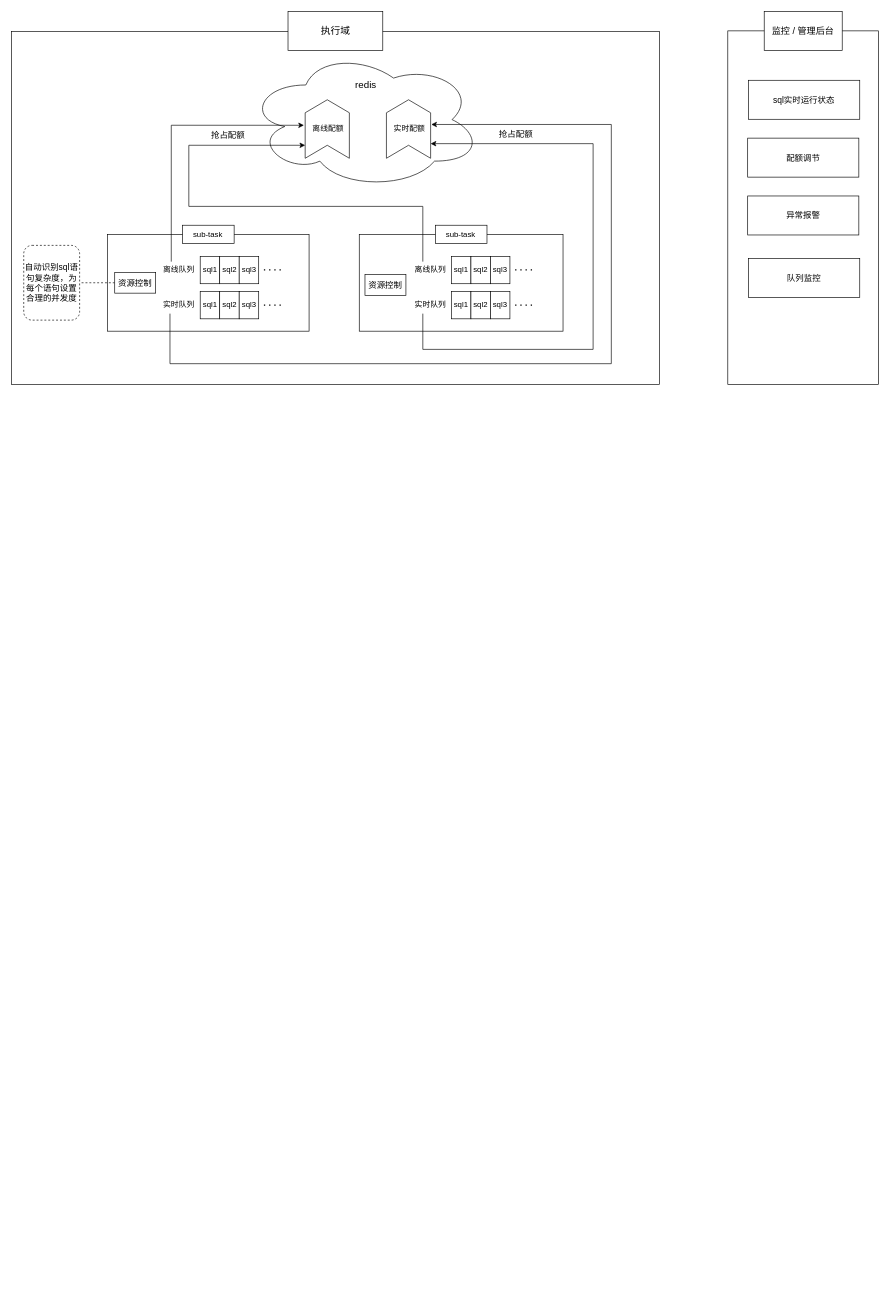
Earlier version of the draw.io diagram ch manager.drawio (AngLI1992/draw.io). Source tidied: cells renumbered, new cells numbered last; positions are measured from the earlier drawing's top-left corner, leaving out a move shared by most shapes. Both pictures are drawn from the tidied source at 65%, with x=0, y=0 at pixel (11, 11).
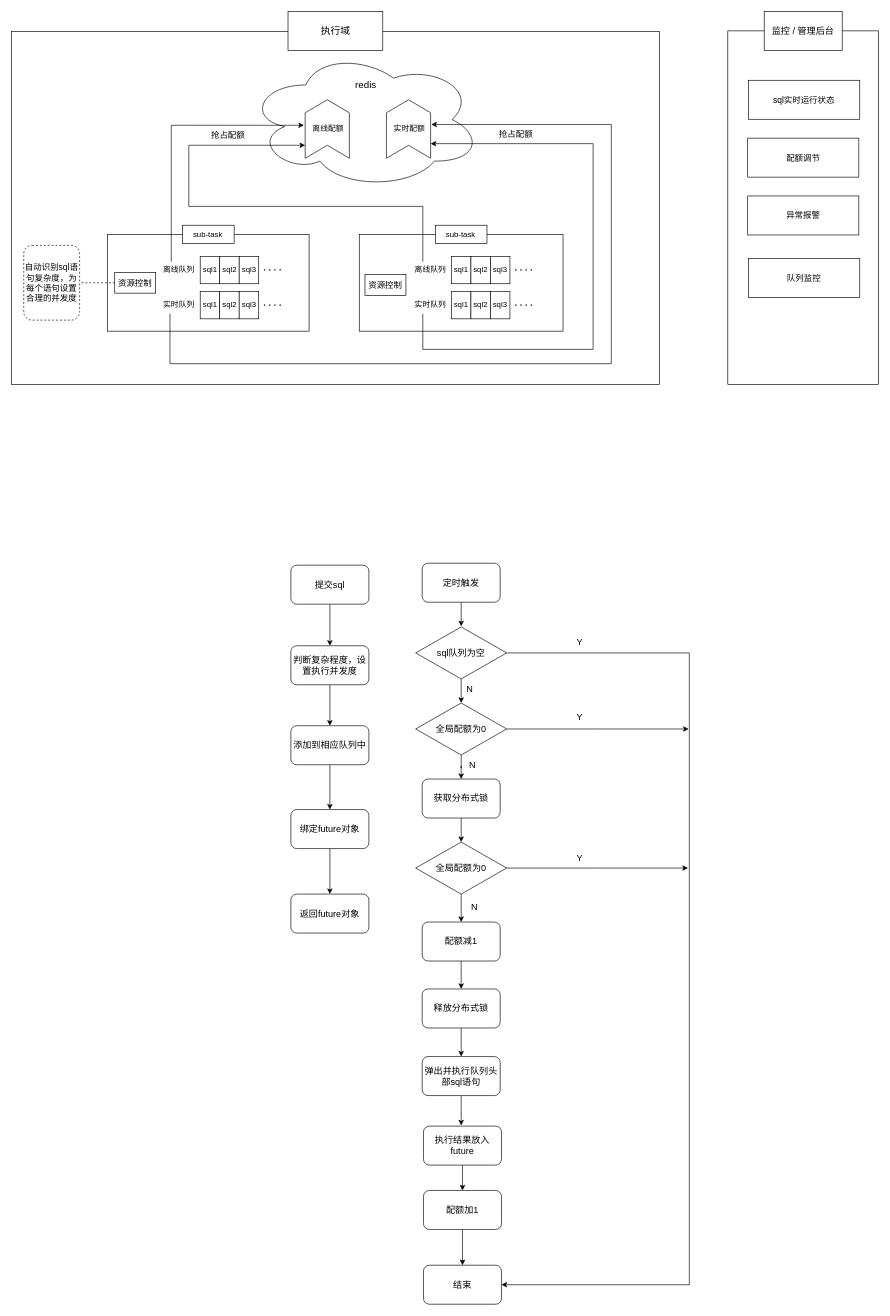
Above is the later version.

Diff of the diagram source:
```diff
@@
+    <mxCell id="51" style="edgeStyle=orthogonalEdgeStyle;rounded=0;jettySize=auto;html=1;exitX=0.5;exitY=1;exitDx=0;exitDy=0;fontSize=14;endArrow=classic;endFill=1;startArrow=none;startFill=0;" parent="1" edge="1" source="52" target="54">
+      <mxGeometry relative="1" as="geometry" />
+    </mxCell>
+    <mxCell id="52" value="提交sql" style="rounded=1;whiteSpace=wrap;html=1;fontSize=14;" parent="1" vertex="1">
+      <mxGeometry x="430" y="852" width="120" height="60" as="geometry" />
+    </mxCell>
+    <mxCell id="53" style="edgeStyle=orthogonalEdgeStyle;rounded=0;jettySize=auto;html=1;exitX=0.5;exitY=1;exitDx=0;exitDy=0;entryX=0.5;entryY=0;entryDx=0;entryDy=0;fontSize=14;startArrow=none;startFill=0;endArrow=classic;endFill=1;" parent="1" edge="1" source="54" target="56">
+      <mxGeometry relative="1" as="geometry" />
+    </mxCell>
+    <mxCell id="54" value="判断复杂程度，设置执行并发度" style="rounded=1;whiteSpace=wrap;html=1;fontSize=14;" parent="1" vertex="1">
+      <mxGeometry x="430" y="976" width="120" height="60" as="geometry" />
+    </mxCell>
+    <mxCell id="55" style="edgeStyle=orthogonalEdgeStyle;rounded=0;jettySize=auto;html=1;exitX=0.5;exitY=1;exitDx=0;exitDy=0;entryX=0.5;entryY=0;entryDx=0;entryDy=0;fontSize=14;startArrow=none;startFill=0;endArrow=classic;endFill=1;" parent="1" edge="1" source="56" target="60">
+      <mxGeometry relative="1" as="geometry" />
+    </mxCell>
+    <mxCell id="56" value="添加到相应队列中" style="rounded=1;whiteSpace=wrap;html=1;fontSize=14;" parent="1" vertex="1">
+      <mxGeometry x="430" y="1099" width="120" height="60" as="geometry" />
+    </mxCell>
+    <mxCell id="57" style="edgeStyle=orthogonalEdgeStyle;rounded=0;jettySize=auto;html=1;exitX=0.5;exitY=1;exitDx=0;exitDy=0;fontSize=14;startArrow=none;startFill=0;endArrow=classic;endFill=1;" parent="1" edge="1" source="58">
+      <mxGeometry relative="1" as="geometry">
+        <mxPoint x="692" y="946" as="targetPoint" />
+      </mxGeometry>
+    </mxCell>
+    <mxCell id="58" value="定时触发" style="rounded=1;whiteSpace=wrap;html=1;fontSize=14;" parent="1" vertex="1">
+      <mxGeometry x="632" y="849" width="120" height="60" as="geometry" />
+    </mxCell>
+    <mxCell id="59" style="edgeStyle=orthogonalEdgeStyle;rounded=0;jettySize=auto;html=1;exitX=0.5;exitY=1;exitDx=0;exitDy=0;fontSize=14;startArrow=none;startFill=0;endArrow=classic;endFill=1;" parent="1" edge="1" source="60" target="77">
+      <mxGeometry relative="1" as="geometry" />
+    </mxCell>
+    <mxCell id="60" value="绑定future对象" style="rounded=1;whiteSpace=wrap;html=1;fontSize=14;" parent="1" vertex="1">
+      <mxGeometry x="430" y="1228" width="120" height="60" as="geometry" />
+    </mxCell>
+    <mxCell id="61" style="edgeStyle=orthogonalEdgeStyle;rounded=0;jettySize=auto;html=1;exitX=0.5;exitY=1;exitDx=0;exitDy=0;entryX=0.5;entryY=0;entryDx=0;entryDy=0;fontSize=14;startArrow=none;startFill=0;endArrow=classic;endFill=1;" parent="1" edge="1" source="62" target="67">
+      <mxGeometry relative="1" as="geometry" />
+    </mxCell>
+    <mxCell id="62" value="sql队列为空" style="rhombus;whiteSpace=wrap;html=1;fontSize=14;" parent="1" vertex="1">
+      <mxGeometry x="622" y="947" width="140" height="80" as="geometry" />
+    </mxCell>
+    <mxCell id="63" value="结束" style="rounded=1;whiteSpace=wrap;html=1;fontSize=14;" parent="1" vertex="1">
+      <mxGeometry x="634" y="1929" width="120" height="60" as="geometry" />
+    </mxCell>
+    <mxCell id="64" style="edgeStyle=orthogonalEdgeStyle;rounded=0;jettySize=auto;html=1;exitX=0.5;exitY=1;exitDx=0;exitDy=0;fontSize=14;startArrow=none;startFill=0;endArrow=classic;endFill=1;" parent="1" edge="1" source="67" target="71">
+      <mxGeometry relative="1" as="geometry" />
+    </mxCell>
+    <mxCell id="65" style="edgeStyle=orthogonalEdgeStyle;rounded=0;jettySize=auto;html=1;exitX=1;exitY=0.5;exitDx=0;exitDy=0;entryX=1;entryY=0.5;entryDx=0;entryDy=0;fontSize=14;startArrow=none;startFill=0;endArrow=classic;endFill=1;" parent="1" edge="1" source="62" target="63">
+      <mxGeometry relative="1" as="geometry">
+        <Array as="points">
+          <mxPoint x="1043" y="987" />
+          <mxPoint x="1043" y="1959" />
+        </Array>
+      </mxGeometry>
+    </mxCell>
+    <mxCell id="66" style="edgeStyle=orthogonalEdgeStyle;rounded=0;jettySize=auto;html=1;exitX=1;exitY=0.5;exitDx=0;exitDy=0;fontSize=14;startArrow=none;startFill=0;endArrow=classic;endFill=1;" parent="1" edge="1" source="67">
+      <mxGeometry relative="1" as="geometry">
+        <mxPoint x="1042" y="1104" as="targetPoint" />
+      </mxGeometry>
+    </mxCell>
+    <mxCell id="67" value="全局配额为0" style="rhombus;whiteSpace=wrap;html=1;fontSize=14;" parent="1" vertex="1">
+      <mxGeometry x="622" y="1064" width="140" height="80" as="geometry" />
+    </mxCell>
+    <mxCell id="68" style="edgeStyle=orthogonalEdgeStyle;rounded=0;jettySize=auto;html=1;exitX=0.5;exitY=1;exitDx=0;exitDy=0;entryX=0.5;entryY=0;entryDx=0;entryDy=0;fontSize=14;startArrow=none;startFill=0;endArrow=classic;endFill=1;" parent="1" edge="1" source="69" target="83">
+      <mxGeometry relative="1" as="geometry" />
+    </mxCell>
+    <mxCell id="69" value="配额减1" style="rounded=1;whiteSpace=wrap;html=1;fontSize=14;" parent="1" vertex="1">
+      <mxGeometry x="632" y="1401" width="120" height="60" as="geometry" />
+    </mxCell>
+    <mxCell id="70" style="edgeStyle=orthogonalEdgeStyle;rounded=0;jettySize=auto;html=1;exitX=0.5;exitY=1;exitDx=0;exitDy=0;entryX=0.5;entryY=0;entryDx=0;entryDy=0;fontSize=14;startArrow=none;startFill=0;endArrow=classic;endFill=1;" parent="1" edge="1" source="71" target="74">
+      <mxGeometry relative="1" as="geometry" />
+    </mxCell>
+    <mxCell id="71" value="获取分布式锁" style="rounded=1;whiteSpace=wrap;html=1;fontSize=14;" parent="1" vertex="1">
+      <mxGeometry x="632" y="1181" width="120" height="60" as="geometry" />
+    </mxCell>
+    <mxCell id="72" style="edgeStyle=orthogonalEdgeStyle;rounded=0;jettySize=auto;html=1;exitX=0.5;exitY=1;exitDx=0;exitDy=0;fontSize=14;startArrow=none;startFill=0;endArrow=classic;endFill=1;" parent="1" edge="1" source="74" target="69">
+      <mxGeometry relative="1" as="geometry" />
+    </mxCell>
+    <mxCell id="73" style="edgeStyle=orthogonalEdgeStyle;rounded=0;jettySize=auto;html=1;exitX=1;exitY=0.5;exitDx=0;exitDy=0;fontSize=14;startArrow=none;startFill=0;endArrow=classic;endFill=1;" parent="1" edge="1" source="74">
+      <mxGeometry relative="1" as="geometry">
+        <mxPoint x="1041" y="1318" as="targetPoint" />
+      </mxGeometry>
+    </mxCell>
+    <mxCell id="74" value="全局配额为0" style="rhombus;whiteSpace=wrap;html=1;fontSize=14;" parent="1" vertex="1">
+      <mxGeometry x="622" y="1278" width="140" height="80" as="geometry" />
+    </mxCell>
+    <mxCell id="75" style="edgeStyle=orthogonalEdgeStyle;rounded=0;jettySize=auto;html=1;exitX=0.5;exitY=1;exitDx=0;exitDy=0;fontSize=14;startArrow=none;startFill=0;endArrow=classic;endFill=1;" parent="1" edge="1" source="76">
+      <mxGeometry relative="1" as="geometry">
+        <mxPoint x="692" y="1714" as="targetPoint" />
+      </mxGeometry>
+    </mxCell>
+    <mxCell id="76" value="弹出并执行队列头部sql语句" style="rounded=1;whiteSpace=wrap;html=1;fontSize=14;" parent="1" vertex="1">
+      <mxGeometry x="632" y="1608" width="120" height="60" as="geometry" />
+    </mxCell>
+    <mxCell id="77" value="返回future对象" style="rounded=1;whiteSpace=wrap;html=1;fontSize=14;" parent="1" vertex="1">
+      <mxGeometry x="430" y="1358" width="120" height="60" as="geometry" />
+    </mxCell>
+    <mxCell id="78" style="edgeStyle=orthogonalEdgeStyle;rounded=0;jettySize=auto;html=1;exitX=0.5;exitY=1;exitDx=0;exitDy=0;entryX=0.5;entryY=0;entryDx=0;entryDy=0;fontSize=14;startArrow=none;startFill=0;endArrow=classic;endFill=1;" parent="1" edge="1" source="79" target="81">
+      <mxGeometry relative="1" as="geometry" />
+    </mxCell>
+    <mxCell id="79" value="执行结果放入future" style="rounded=1;whiteSpace=wrap;html=1;fontSize=14;" parent="1" vertex="1">
+      <mxGeometry x="634" y="1715" width="120" height="60" as="geometry" />
+    </mxCell>
+    <mxCell id="80" style="edgeStyle=orthogonalEdgeStyle;rounded=0;jettySize=auto;html=1;exitX=0.5;exitY=1;exitDx=0;exitDy=0;fontSize=14;startArrow=none;startFill=0;endArrow=classic;endFill=1;" parent="1" edge="1" source="81" target="63">
+      <mxGeometry relative="1" as="geometry" />
+    </mxCell>
+    <mxCell id="81" value="配额加1" style="rounded=1;whiteSpace=wrap;html=1;fontSize=14;" parent="1" vertex="1">
+      <mxGeometry x="634" y="1814" width="120" height="60" as="geometry" />
+    </mxCell>
+    <mxCell id="82" style="edgeStyle=orthogonalEdgeStyle;rounded=0;jettySize=auto;html=1;exitX=0.5;exitY=1;exitDx=0;exitDy=0;entryX=0.5;entryY=0;entryDx=0;entryDy=0;fontSize=14;startArrow=none;startFill=0;endArrow=classic;endFill=1;" parent="1" edge="1" source="83" target="76">
+      <mxGeometry relative="1" as="geometry" />
+    </mxCell>
+    <mxCell id="83" value="释放分布式锁" style="rounded=1;whiteSpace=wrap;html=1;fontSize=14;" parent="1" vertex="1">
+      <mxGeometry x="632" y="1504" width="120" height="60" as="geometry" />
+    </mxCell>
+    <mxCell id="84" value="N" style="text;html=1;align=center;verticalAlign=middle;strokeColor=none;fillColor=none;fontSize=14;" parent="1" vertex="1">
+      <mxGeometry x="691" y="1027" width="28" height="29" as="geometry" />
+    </mxCell>
+    <mxCell id="85" value="Y" style="text;html=1;align=center;verticalAlign=middle;strokeColor=none;fillColor=none;fontSize=14;" parent="1" vertex="1">
+      <mxGeometry x="860" y="956" width="27" height="29" as="geometry" />
+    </mxCell>
+    <mxCell id="86" value="Y" style="text;html=1;align=center;verticalAlign=middle;strokeColor=none;fillColor=none;fontSize=14;" parent="1" vertex="1">
+      <mxGeometry x="860" y="1070" width="27" height="29" as="geometry" />
+    </mxCell>
+    <mxCell id="87" value="N" style="text;html=1;align=center;verticalAlign=middle;strokeColor=none;fillColor=none;fontSize=14;" parent="1" vertex="1">
+      <mxGeometry x="695" y="1144" width="28" height="29" as="geometry" />
+    </mxCell>
+    <mxCell id="88" value="Y" style="text;html=1;align=center;verticalAlign=middle;strokeColor=none;fillColor=none;fontSize=14;" parent="1" vertex="1">
+      <mxGeometry x="860" y="1288" width="27" height="29" as="geometry" />
+    </mxCell>
+    <mxCell id="89" value="N" style="text;html=1;align=center;verticalAlign=middle;strokeColor=none;fillColor=none;fontSize=14;" parent="1" vertex="1">
+      <mxGeometry x="698" y="1363" width="28" height="29" as="geometry" />
+    </mxCell>
```
